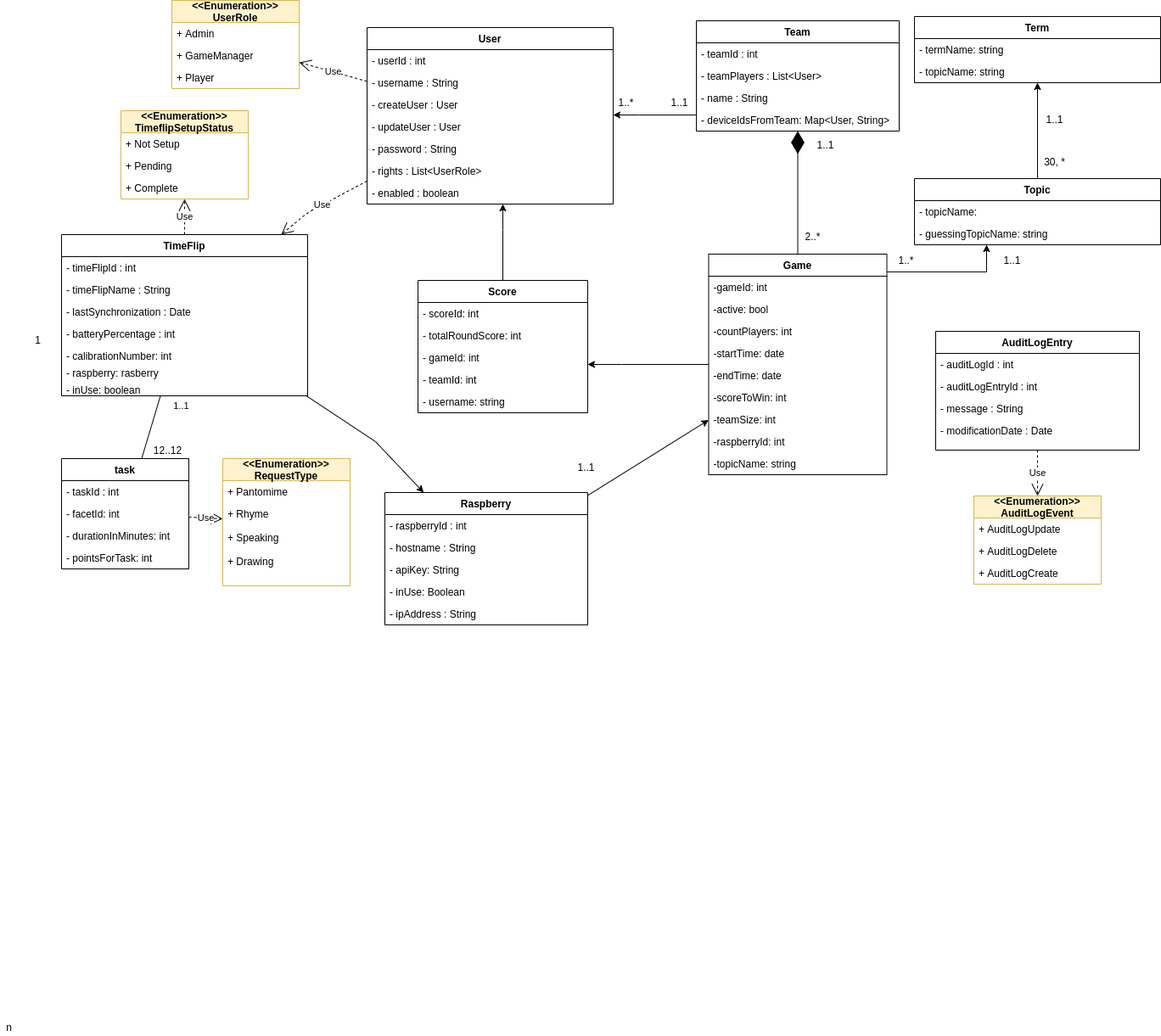
merasz/softwareEngineeringProject keeps this draw.io diagram as documents/softwarekonzept/ClassDiagram/classDiagram.png. Above is the earlier version. Source tidied: cells renumbered, new cells last; positions are measured from the earlier drawing's top-left corner, leaving out a move shared by most shapes.
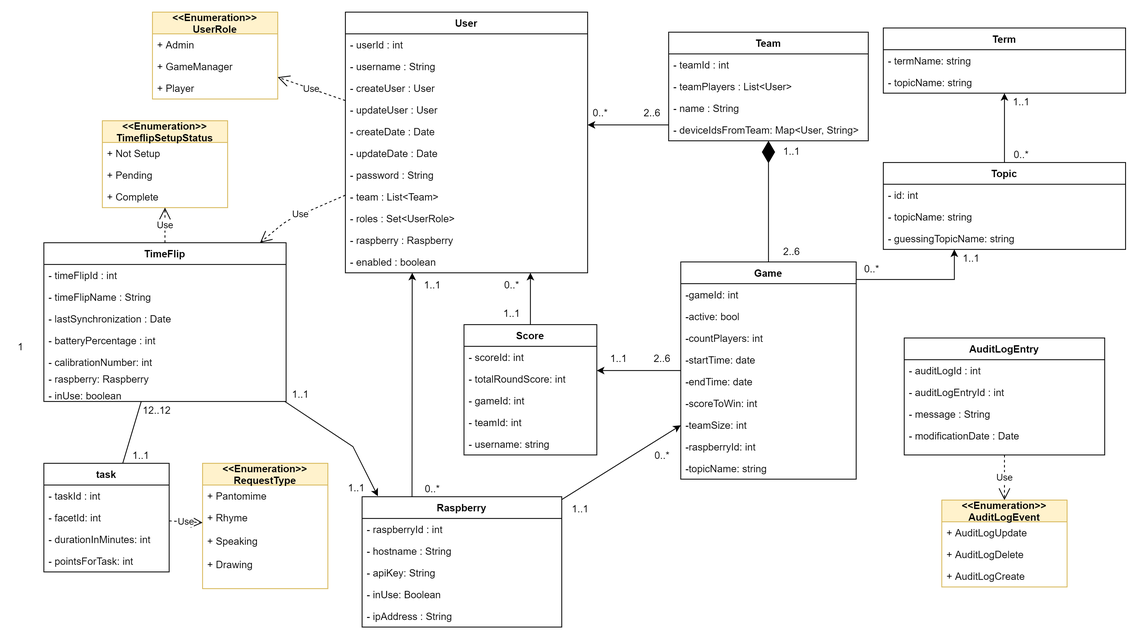
The same file after the commit.

The edit, as a diff of the source:
```diff
@@ -3,7 +3,7 @@
     <mxCell id="0" />
     <mxCell id="1" parent="0" />
     <mxCell id="2" value="User" style="swimlane;fontStyle=1;align=center;verticalAlign=top;horizontal=1;startSize=26;" parent="1" vertex="1">
-      <mxGeometry x="432" y="32" width="290" height="208" as="geometry" />
+      <mxGeometry x="433" width="290" height="312" as="geometry" />
     </mxCell>
     <mxCell id="3" value="- userId : int" style="text;strokeColor=none;fillColor=none;align=left;verticalAlign=top;spacingLeft=4;spacingRight=4;overflow=hidden;" parent="2" vertex="1">
       <mxGeometry y="26" width="290" height="26" as="geometry" />
@@ -17,14 +17,26 @@
     <mxCell id="6" value="- updateUser : User" style="text;strokeColor=none;fillColor=none;align=left;verticalAlign=top;spacingLeft=4;spacingRight=4;overflow=hidden;" parent="2" vertex="1">
       <mxGeometry y="104" width="290" height="26" as="geometry" />
     </mxCell>
+    <mxCell id="103" value="- createDate : Date" style="text;strokeColor=none;fillColor=none;align=left;verticalAlign=top;spacingLeft=4;spacingRight=4;overflow=hidden;" parent="2" vertex="1">
+      <mxGeometry y="130" width="290" height="26" as="geometry" />
+    </mxCell>
+    <mxCell id="104" value="- updateDate : Date" style="text;strokeColor=none;fillColor=none;align=left;verticalAlign=top;spacingLeft=4;spacingRight=4;overflow=hidden;" parent="2" vertex="1">
+      <mxGeometry y="156" width="290" height="26" as="geometry" />
+    </mxCell>
     <mxCell id="7" value="- password : String" style="text;strokeColor=none;fillColor=none;align=left;verticalAlign=top;spacingLeft=4;spacingRight=4;overflow=hidden;" parent="2" vertex="1">
-      <mxGeometry y="130" width="290" height="26" as="geometry" />
+      <mxGeometry y="182" width="290" height="26" as="geometry" />
     </mxCell>
+    <mxCell id="105" value="- team : List&lt;Team&gt;" style="text;strokeColor=none;fillColor=none;align=left;verticalAlign=top;spacingLeft=4;spacingRight=4;overflow=hidden;" parent="2" vertex="1">
+      <mxGeometry y="208" width="290" height="26" as="geometry" />
+    </mxCell>
-    <mxCell id="8" value="- rights : List&lt;UserRole&gt;" style="text;strokeColor=none;fillColor=none;align=left;verticalAlign=top;spacingLeft=4;spacingRight=4;overflow=hidden;" parent="2" vertex="1">
-      <mxGeometry y="156" width="290" height="26" as="geometry" />
+    <mxCell id="8" value="- roles : Set&lt;UserRole&gt;" style="text;strokeColor=none;fillColor=none;align=left;verticalAlign=top;spacingLeft=4;spacingRight=4;overflow=hidden;" parent="2" vertex="1">
+      <mxGeometry y="234" width="290" height="26" as="geometry" />
     </mxCell>
+    <mxCell id="106" value="- raspberry : Raspberry" style="text;strokeColor=none;fillColor=none;align=left;verticalAlign=top;spacingLeft=4;spacingRight=4;overflow=hidden;" parent="2" vertex="1">
+      <mxGeometry y="260" width="290" height="26" as="geometry" />
+    </mxCell>
     <mxCell id="9" value="- enabled : boolean" style="text;strokeColor=none;fillColor=none;align=left;verticalAlign=top;spacingLeft=4;spacingRight=4;overflow=hidden;" parent="2" vertex="1">
-      <mxGeometry y="182" width="290" height="26" as="geometry" />
+      <mxGeometry y="286" width="290" height="26" as="geometry" />
     </mxCell>
     <mxCell id="10" value="&lt;&lt;Enumeration&gt;&gt;&#10;UserRole" style="swimlane;fontStyle=1;horizontal=1;startSize=26;fillColor=#fff2cc;strokeColor=#d6b656;" parent="1" vertex="1">
       <mxGeometry x="202" width="150" height="104" as="geometry" />
@@ -62,7 +74,7 @@
     <mxCell id="21" value="- calibrationNumber: int" style="text;align=left;verticalAlign=top;spacingLeft=4;spacingRight=4;overflow=hidden;" parent="16" vertex="1">
       <mxGeometry y="130" width="290" height="20" as="geometry" />
     </mxCell>
-    <mxCell id="22" value="- raspberry: rasberry" style="text;align=left;verticalAlign=top;spacingLeft=4;spacingRight=4;overflow=hidden;" parent="16" vertex="1">
+    <mxCell id="22" value="- raspberry: Raspberry" style="text;align=left;verticalAlign=top;spacingLeft=4;spacingRight=4;overflow=hidden;" parent="16" vertex="1">
       <mxGeometry y="150" width="290" height="20" as="geometry" />
     </mxCell>
     <mxCell id="23" value="- inUse: boolean" style="text;align=left;verticalAlign=top;spacingLeft=4;spacingRight=4;overflow=hidden;" parent="16" vertex="1">
@@ -128,22 +140,14 @@
     <mxCell id="43" value="1" style="text;html=1;align=center;verticalAlign=middle;fillColor=none;strokeColor=none;rounded=0;" parent="1" vertex="1">
       <mxGeometry x="34" y="390" width="20" height="20" as="geometry" />
     </mxCell>
-    <mxCell id="44" value="n" style="text;html=1;align=center;verticalAlign=middle;fillColor=none;strokeColor=none;rounded=0;" parent="1" vertex="1">
-      <mxGeometry y="1200" width="20" height="20" as="geometry" />
-    </mxCell>
-    <mxCell id="45" value="1..*" style="text;html=1;align=center;verticalAlign=middle;fillColor=none;strokeColor=none;rounded=0;" parent="1" vertex="1">
-      <mxGeometry x="722" y="110" width="30" height="20" as="geometry" />
+    <mxCell id="45" value="0..*" style="text;html=1;align=center;verticalAlign=middle;fillColor=none;strokeColor=none;rounded=0;" parent="1" vertex="1">
+      <mxGeometry x="723" y="110" width="30" height="20" as="geometry" />
     </mxCell>
     <mxCell id="46" style="endArrow=none;html=1;rounded=0;" parent="1" edge="1" source="16" target="29">
       <mxGeometry relative="1" as="geometry" />
     </mxCell>
-    <mxCell id="47" value="1..1" style="edgeLabel;html=1;align=center;verticalAlign=middle;" parent="46" vertex="1">
-      <mxGeometry x="-0.84" y="-3" relative="1" as="geometry">
-        <mxPoint x="28" y="6.7" as="offset" />
-      </mxGeometry>
-    </mxCell>
     <mxCell id="48" value="12..12" style="text;html=1;align=center;verticalAlign=middle;" parent="1" vertex="1">
-      <mxGeometry x="172" y="520" width="50" height="20" as="geometry" />
+      <mxGeometry x="182" y="466" width="50" height="20" as="geometry" />
     </mxCell>
     <mxCell id="49" value="AuditLogEntry&#10;" style="swimlane;fontStyle=1;align=center;verticalAlign=top;horizontal=1;startSize=26;" parent="1" vertex="1">
       <mxGeometry x="1102" y="390" width="240" height="140" as="geometry" />
@@ -191,22 +195,22 @@
       </mxGeometry>
     </mxCell>
     <mxCell id="61" value="Score" style="swimlane;fontStyle=1;align=center;verticalAlign=top;horizontal=1;startSize=26;" parent="1" vertex="1">
-      <mxGeometry x="492" y="330" width="200" height="156" as="geometry" />
+      <mxGeometry x="575" y="374" width="159" height="156" as="geometry" />
     </mxCell>
     <mxCell id="62" value="- scoreId: int" style="text;strokeColor=none;fillColor=none;align=left;verticalAlign=top;spacingLeft=4;spacingRight=4;overflow=hidden;" parent="61" vertex="1">
-      <mxGeometry y="26" width="200" height="26" as="geometry" />
+      <mxGeometry y="26" width="159" height="26" as="geometry" />
     </mxCell>
     <mxCell id="63" value="- totalRoundScore: int" style="text;strokeColor=none;fillColor=none;align=left;verticalAlign=top;spacingLeft=4;spacingRight=4;overflow=hidden;" parent="61" vertex="1">
-      <mxGeometry y="52" width="200" height="26" as="geometry" />
+      <mxGeometry y="52" width="159" height="26" as="geometry" />
     </mxCell>
     <mxCell id="64" value="- gameId: int" style="text;strokeColor=none;fillColor=none;align=left;verticalAlign=top;spacingLeft=4;spacingRight=4;overflow=hidden;" parent="61" vertex="1">
-      <mxGeometry y="78" width="200" height="26" as="geometry" />
+      <mxGeometry y="78" width="159" height="26" as="geometry" />
     </mxCell>
     <mxCell id="65" value="- teamId: int" style="text;strokeColor=none;fillColor=none;align=left;verticalAlign=top;spacingLeft=4;spacingRight=4;overflow=hidden;" parent="61" vertex="1">
-      <mxGeometry y="104" width="200" height="26" as="geometry" />
+      <mxGeometry y="104" width="159" height="26" as="geometry" />
     </mxCell>
     <mxCell id="66" value="- username: string" style="text;strokeColor=none;fillColor=none;align=left;verticalAlign=top;spacingLeft=4;spacingRight=4;overflow=hidden;" parent="61" vertex="1">
-      <mxGeometry y="130" width="200" height="26" as="geometry" />
+      <mxGeometry y="130" width="159" height="26" as="geometry" />
     </mxCell>
     <mxCell id="67" style="edgeStyle=orthogonalEdgeStyle;rounded=0;jettySize=auto;html=1;" parent="1" edge="1" source="69" target="79">
       <mxGeometry relative="1" as="geometry">
@@ -254,13 +258,16 @@
       <mxGeometry y="234" width="210" height="26" as="geometry" />
     </mxCell>
     <mxCell id="79" value="Topic" style="swimlane;fontStyle=1;align=center;verticalAlign=top;horizontal=1;startSize=26;" parent="1" vertex="1">
-      <mxGeometry x="1077" y="210" width="290" height="78" as="geometry" />
+      <mxGeometry x="1077" y="180" width="290" height="104" as="geometry" />
     </mxCell>
+    <mxCell id="107" value="- id: int" style="text;strokeColor=none;fillColor=none;align=left;verticalAlign=top;spacingLeft=4;spacingRight=4;overflow=hidden;" parent="79" vertex="1">
+      <mxGeometry y="26" width="290" height="26" as="geometry" />
+    </mxCell>
-    <mxCell id="80" value="- topicName: " style="text;strokeColor=none;fillColor=none;align=left;verticalAlign=top;spacingLeft=4;spacingRight=4;overflow=hidden;" parent="79" vertex="1">
-      <mxGeometry y="26" width="290" height="26" as="geometry" />
+    <mxCell id="80" value="- topicName: string" style="text;strokeColor=none;fillColor=none;align=left;verticalAlign=top;spacingLeft=4;spacingRight=4;overflow=hidden;" parent="79" vertex="1">
+      <mxGeometry y="52" width="290" height="26" as="geometry" />
     </mxCell>
     <mxCell id="81" value="- guessingTopicName: string" style="text;strokeColor=none;fillColor=none;align=left;verticalAlign=top;spacingLeft=4;spacingRight=4;overflow=hidden;" parent="79" vertex="1">
-      <mxGeometry y="52" width="290" height="26" as="geometry" />
+      <mxGeometry y="78" width="290" height="26" as="geometry" />
     </mxCell>
     <mxCell id="82" value="Term" style="swimlane;fontStyle=1;align=center;verticalAlign=top;horizontal=1;startSize=26;" parent="1" vertex="1">
       <mxGeometry x="1077" y="19" width="290" height="78" as="geometry" />
@@ -274,19 +281,19 @@
     <mxCell id="85" style="edgeStyle=none;rounded=0;jettySize=auto;html=1;" parent="1" edge="1" source="79" target="82">
       <mxGeometry relative="1" as="geometry" />
     </mxCell>
-    <mxCell id="86" value="30, *" style="text;html=1;align=center;verticalAlign=middle;" parent="1" vertex="1">
-      <mxGeometry x="1222" y="180" width="40" height="20" as="geometry" />
+    <mxCell id="86" value="0..*" style="text;html=1;align=center;verticalAlign=middle;" parent="1" vertex="1">
+      <mxGeometry x="1227" y="160" width="30" height="20" as="geometry" />
     </mxCell>
-    <mxCell id="87" value="1..*" style="text;html=1;align=center;verticalAlign=middle;" parent="1" vertex="1">
-      <mxGeometry x="1052" y="296" width="30" height="20" as="geometry" />
+    <mxCell id="87" value="0..*" style="text;html=1;align=center;verticalAlign=middle;" parent="1" vertex="1">
+      <mxGeometry x="1048" y="297" width="30" height="20" as="geometry" />
     </mxCell>
     <mxCell id="88" value="1..1" style="text;html=1;align=center;verticalAlign=middle;" parent="1" vertex="1">
-      <mxGeometry x="1172" y="296" width="40" height="20" as="geometry" />
+      <mxGeometry x="1162" y="284" width="40" height="20" as="geometry" />
     </mxCell>
     <mxCell id="89" value="1..1" style="text;html=1;align=center;verticalAlign=middle;" parent="1" vertex="1">
-      <mxGeometry x="1222" y="130" width="40" height="20" as="geometry" />
+      <mxGeometry x="1222" y="97" width="40" height="20" as="geometry" />
     </mxCell>
-    <mxCell id="90" value="1..1" style="text;html=1;align=center;verticalAlign=middle;" parent="1" vertex="1">
+    <mxCell id="90" value="2..6" style="text;html=1;align=center;verticalAlign=middle;" parent="1" vertex="1">
       <mxGeometry x="780" y="110" width="40" height="20" as="geometry" />
     </mxCell>
     <mxCell id="91" style="edgeStyle=orthogonalEdgeStyle;rounded=0;jettySize=auto;html=1;" parent="1" edge="1" source="92" target="2">
@@ -316,15 +323,15 @@
       <mxGeometry relative="1" as="geometry" />
     </mxCell>
     <mxCell id="98" value="1..1" style="text;html=1;align=center;verticalAlign=middle;" parent="1" vertex="1">
-      <mxGeometry x="952" y="160" width="40" height="20" as="geometry" />
+      <mxGeometry x="947" y="156" width="40" height="20" as="geometry" />
     </mxCell>
-    <mxCell id="99" value="2..*" style="text;html=1;align=center;verticalAlign=middle;" parent="1" vertex="1">
-      <mxGeometry x="942" y="268" width="30" height="20" as="geometry" />
+    <mxCell id="99" value="2..6" style="text;html=1;align=center;verticalAlign=middle;" parent="1" vertex="1">
+      <mxGeometry x="947" y="276" width="40" height="20" as="geometry" />
     </mxCell>
     <mxCell id="100" value="1..1" style="text;html=1;align=center;verticalAlign=middle;" parent="1" vertex="1">
-      <mxGeometry x="670" y="540" width="40" height="20" as="geometry" />
+      <mxGeometry x="694" y="584" width="40" height="20" as="geometry" />
     </mxCell>
-    <mxCell id="101" style="edgeStyle=none;rounded=0;jettySize=auto;html=1;" parent="1" edge="1" source="16" target="37">
+    <mxCell id="101" style="edgeStyle=none;rounded=0;jettySize=auto;html=1;entryX=0.079;entryY=-0.004;entryDx=0;entryDy=0;entryPerimeter=0;" parent="1" edge="1" source="16" target="37">
       <mxGeometry relative="1" as="geometry">
         <Array as="points">
           <mxPoint x="442" y="520" />
@@ -334,5 +341,40 @@
     <mxCell id="102" style="edgeStyle=none;rounded=0;jettySize=auto;html=1;" parent="1" edge="1" source="37" target="69">
       <mxGeometry relative="1" as="geometry" />
     </mxCell>
+    <mxCell id="108" value="0..*" style="text;html=1;align=center;verticalAlign=middle;" parent="1" vertex="1">
+      <mxGeometry x="797" y="520" width="30" height="20" as="geometry" />
+    </mxCell>
+    <mxCell id="109" value="0..*" style="text;html=1;align=center;verticalAlign=middle;fillColor=none;strokeColor=none;rounded=0;" parent="1" vertex="1">
+      <mxGeometry x="617" y="316" width="30" height="20" as="geometry" />
+    </mxCell>
+    <mxCell id="110" value="1..1" style="text;html=1;align=center;verticalAlign=middle;fillColor=none;strokeColor=none;rounded=0;" parent="1" vertex="1">
+      <mxGeometry x="612" y="350" width="40" height="20" as="geometry" />
+    </mxCell>
+    <mxCell id="111" value="2..6" style="text;html=1;align=center;verticalAlign=middle;fillColor=none;strokeColor=none;rounded=0;" parent="1" vertex="1">
+      <mxGeometry x="792" y="404" width="40" height="20" as="geometry" />
+    </mxCell>
+    <mxCell id="112" value="1..1" style="text;html=1;align=center;verticalAlign=middle;fillColor=none;strokeColor=none;rounded=0;" parent="1" vertex="1">
+      <mxGeometry x="740" y="404" width="40" height="20" as="geometry" />
+    </mxCell>
+    <mxCell id="113" value="1..1" style="text;html=1;align=center;verticalAlign=middle;fillColor=none;strokeColor=none;rounded=0;" parent="1" vertex="1">
+      <mxGeometry x="168" y="520" width="40" height="20" as="geometry" />
+    </mxCell>
+    <mxCell id="114" value="1..1" style="text;html=1;align=center;verticalAlign=middle;" parent="1" vertex="1">
+      <mxGeometry x="359" y="447" width="40" height="20" as="geometry" />
+    </mxCell>
+    <mxCell id="115" value="1..1" style="text;html=1;align=center;verticalAlign=middle;" parent="1" vertex="1">
+      <mxGeometry x="426" y="559" width="40" height="20" as="geometry" />
+    </mxCell>
+    <mxCell id="116" style="endArrow=classic;html=1;exitX=0.25;exitY=0;exitDx=0;exitDy=0;" parent="1" edge="1" source="37">
+      <mxGeometry relative="1" as="geometry">
+        <mxPoint x="513" y="312" as="targetPoint" />
+      </mxGeometry>
+    </mxCell>
+    <mxCell id="117" value="1..1" style="text;html=1;align=center;verticalAlign=middle;fillColor=none;strokeColor=none;rounded=0;" parent="1" vertex="1">
+      <mxGeometry x="517" y="316" width="40" height="20" as="geometry" />
+    </mxCell>
+    <mxCell id="118" value="0..*" style="text;html=1;align=center;verticalAlign=middle;fillColor=none;strokeColor=none;rounded=0;" parent="1" vertex="1">
+      <mxGeometry x="522" y="560" width="30" height="20" as="geometry" />
+    </mxCell>
   </root>
 </mxGraphModel>
```
